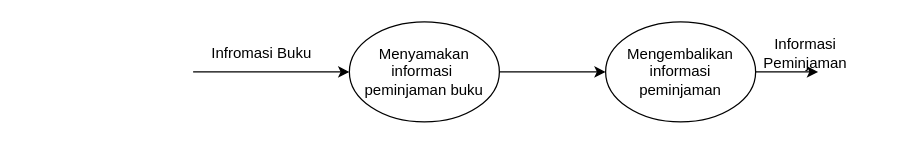
Earlier version of the draw.io diagram Mengambil data peminjaman dalam database.drawio (falihdzakwanz/drpl). Source tidied: cells renumbered, new cells numbered last; positions are measured from the earlier drawing's top-left corner, leaving out a move shared by most shapes. Both pictures are drawn from the tidied source at 125%, with x=0, y=0 at pixel (192, 21).
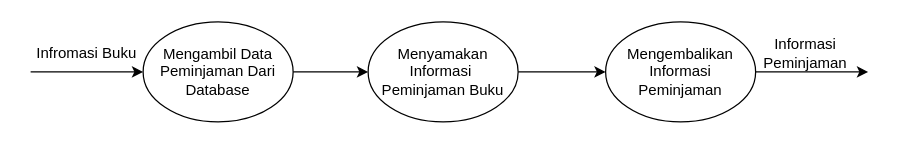
The same page after the edit.

Diff of the diagram source:
```diff
@@
 <mxGraphModel>
   <root>
     <mxCell id="0" />
     <mxCell id="1" parent="0" />
     <mxCell id="2" style="edgeStyle=orthogonalEdgeStyle;rounded=0;jettySize=auto;html=1;entryX=0;entryY=0.5;entryDx=0;entryDy=0;" parent="1" edge="1" source="3" target="7">
       <mxGeometry relative="1" as="geometry" />
     </mxCell>
-    <mxCell id="3" value="Menyamakan informasi&amp;nbsp;&lt;div&gt;peminjaman buku&lt;/div&gt;" style="ellipse;whiteSpace=wrap;html=1;" parent="1" vertex="1">
-      <mxGeometry x="125" width="120" height="80" as="geometry" />
+    <mxCell id="3" value="Menyamakan Informasi&amp;nbsp;&lt;div&gt;Peminjaman Buku&lt;/div&gt;" style="ellipse;whiteSpace=wrap;html=1;" parent="1" vertex="1">
+      <mxGeometry x="140" width="120" height="80" as="geometry" />
     </mxCell>
-    <mxCell id="4" style="endArrow=classic;html=1;rounded=0;entryX=0;entryY=0.5;entryDx=0;entryDy=0;" parent="1" edge="1" target="3">
-      <mxGeometry relative="1" as="geometry">
-        <mxPoint y="40" as="sourcePoint" />
-      </mxGeometry>
+    <mxCell id="4" style="endArrow=classic;html=1;rounded=0;exitX=0;exitY=1;exitDx=0;exitDy=0;" parent="1" edge="1" source="5" target="10">
+      <mxGeometry relative="1" as="geometry" />
     </mxCell>
     <mxCell id="5" value="Infromasi Buku" style="text;html=1;align=center;verticalAlign=middle;whiteSpace=wrap;rounded=0;" parent="1" vertex="1">
-      <mxGeometry x="10" y="10" width="90" height="30" as="geometry" />
+      <mxGeometry x="-130" y="10" width="90" height="30" as="geometry" />
     </mxCell>
     <mxCell id="6" style="edgeStyle=orthogonalEdgeStyle;rounded=0;jettySize=auto;html=1;" parent="1" edge="1" source="7">
       <mxGeometry relative="1" as="geometry">
-        <mxPoint x="500" y="40" as="targetPoint" />
+        <mxPoint x="540" y="40" as="targetPoint" />
       </mxGeometry>
     </mxCell>
-    <mxCell id="7" value="Mengembalikan informasi &lt;br&gt;peminjaman" style="ellipse;whiteSpace=wrap;html=1;" parent="1" vertex="1">
+    <mxCell id="7" value="Mengembalikan Informasi &lt;br&gt;Peminjaman" style="ellipse;whiteSpace=wrap;html=1;" parent="1" vertex="1">
       <mxGeometry x="330" width="120" height="80" as="geometry" />
     </mxCell>
     <mxCell id="8" value="Informasi Peminjaman" style="text;html=1;align=center;verticalAlign=middle;whiteSpace=wrap;rounded=0;" parent="1" vertex="1">
       <mxGeometry x="460" y="10" width="60" height="30" as="geometry" />
     </mxCell>
+    <mxCell id="9" style="edgeStyle=orthogonalEdgeStyle;rounded=0;jettySize=auto;html=1;entryX=0;entryY=0.5;entryDx=0;entryDy=0;" parent="1" edge="1" source="10" target="3">
+      <mxGeometry relative="1" as="geometry" />
+    </mxCell>
+    <mxCell id="10" value="Mengambil Data Peminjaman Dari Database" style="ellipse;whiteSpace=wrap;html=1;" parent="1" vertex="1">
+      <mxGeometry x="-40" width="120" height="80" as="geometry" />
+    </mxCell>
   </root>
 </mxGraphModel>
```
